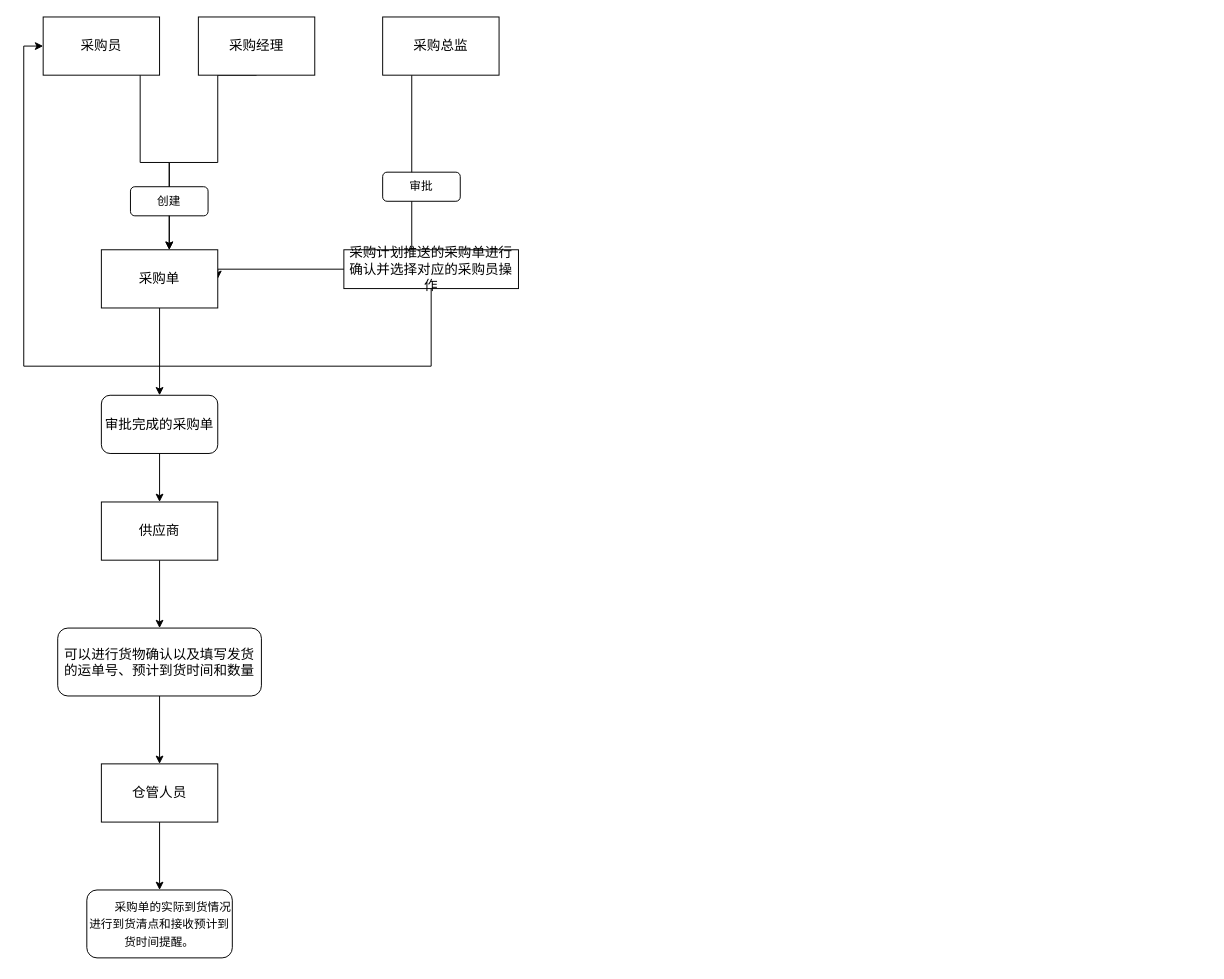
The draw.io diagram 采购中心.drawio in luck1020/diagrams, before the edit. Source tidied: cells renumbered, new cells numbered last; positions are measured from the earlier drawing's top-left corner, leaving out a move shared by most shapes. Both pictures are drawn from the tidied source at 97%, with x=0, y=0 at pixel (23, 16).
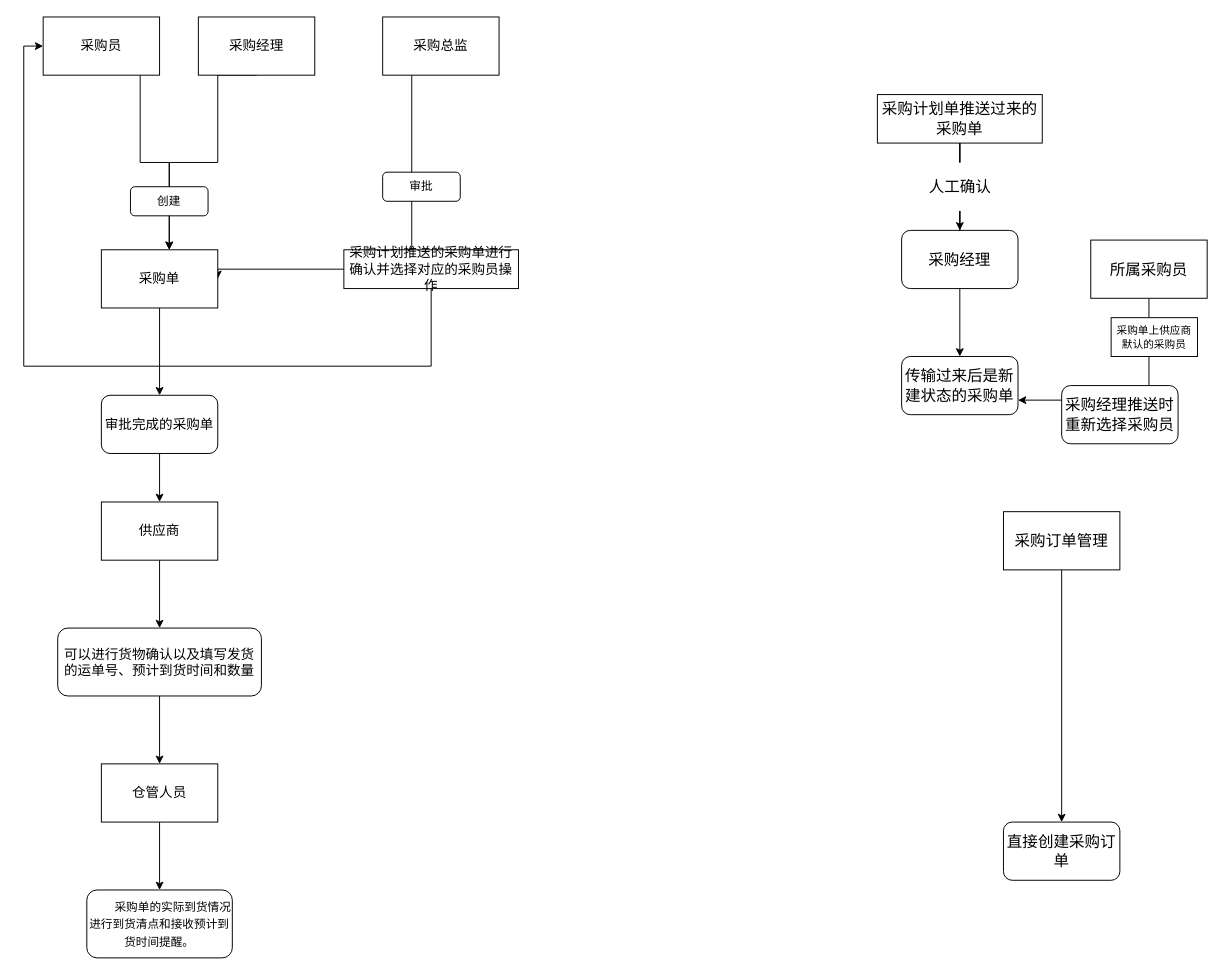
After the change.

Commit message:
更新采购中心.drawio

The edit, as a diff of the source:
```diff
@@
+    <mxCell id="23" style="edgeStyle=orthogonalEdgeStyle;rounded=0;jettySize=auto;html=1;startArrow=none;" parent="1" edge="1" source="27" target="26">
+      <mxGeometry relative="1" as="geometry" />
+    </mxCell>
+    <mxCell id="24" value="&lt;p class=&quot;MsoNormal&quot;&gt;&lt;span style=&quot;mso-spacerun:'yes';font-family:宋体;font-size:12.0000pt;&lt;br/&gt;mso-font-kerning:1.0000pt;&quot;&gt;采购计划单推送过来的采购单&lt;/span&gt;&lt;/p&gt;" style="rounded=0;whiteSpace=wrap;html=1;" parent="1" vertex="1">
+      <mxGeometry x="880" y="80" width="170" height="50" as="geometry" />
+    </mxCell>
+    <mxCell id="25" style="edgeStyle=orthogonalEdgeStyle;rounded=0;jettySize=auto;html=1;" parent="1" edge="1" source="26" target="29">
+      <mxGeometry relative="1" as="geometry" />
+    </mxCell>
+    <mxCell id="26" value="&lt;p class=&quot;MsoNormal&quot;&gt;&lt;span style=&quot;mso-spacerun:'yes';font-family:宋体;font-size:12.0000pt;&lt;br/&gt;mso-font-kerning:1.0000pt;&quot;&gt;采购经理&lt;/span&gt;&lt;/p&gt;" style="rounded=1;whiteSpace=wrap;html=1;" parent="1" vertex="1">
+      <mxGeometry x="905" y="220" width="120" height="60" as="geometry" />
+    </mxCell>
+    <mxCell id="27" value="&lt;p class=&quot;MsoNormal&quot;&gt;&lt;span style=&quot;mso-spacerun:'yes';font-family:宋体;font-size:12.0000pt;&lt;br/&gt;mso-font-kerning:1.0000pt;&quot;&gt;人工确认&lt;/span&gt;&lt;/p&gt;" style="text;html=1;align=center;verticalAlign=middle;points=[];strokeColor=none;fillColor=none;" parent="1" vertex="1">
+      <mxGeometry x="930" y="150" width="70" height="50" as="geometry" />
+    </mxCell>
+    <mxCell id="28" style="edgeStyle=orthogonalEdgeStyle;rounded=0;jettySize=auto;html=1;endArrow=none;" parent="1" edge="1" source="24" target="27">
+      <mxGeometry relative="1" as="geometry" />
+    </mxCell>
+    <mxCell id="29" value="&lt;p class=&quot;MsoNormal&quot;&gt;&lt;span style=&quot;mso-spacerun:'yes';font-family:宋体;font-size:12.0000pt;&lt;br/&gt;mso-font-kerning:1.0000pt;&quot;&gt;传输过来后是新建状态的采购单&lt;/span&gt;&lt;/p&gt;" style="rounded=1;whiteSpace=wrap;html=1;" parent="1" vertex="1">
+      <mxGeometry x="905" y="350" width="120" height="60" as="geometry" />
+    </mxCell>
+    <mxCell id="30" style="edgeStyle=orthogonalEdgeStyle;rounded=0;jettySize=auto;html=1;entryX=1;entryY=0.75;entryDx=0;entryDy=0;" parent="1" edge="1" source="31" target="29">
+      <mxGeometry relative="1" as="geometry">
+        <Array as="points">
+          <mxPoint x="1160" y="395" />
+        </Array>
+      </mxGeometry>
+    </mxCell>
+    <mxCell id="31" value="&lt;p class=&quot;MsoNormal&quot;&gt;&lt;span style=&quot;mso-spacerun:'yes';font-family:宋体;font-size:12.0000pt;&lt;br/&gt;mso-font-kerning:1.0000pt;&quot;&gt;所属采购员&lt;/span&gt;&lt;/p&gt;" style="rounded=0;whiteSpace=wrap;html=1;" parent="1" vertex="1">
+      <mxGeometry x="1100" y="230" width="120" height="60" as="geometry" />
+    </mxCell>
+    <mxCell id="32" value="&lt;p class=&quot;MsoNormal&quot;&gt;&lt;span&gt;&lt;font style=&quot;font-size: 11px;&quot; face=&quot;宋体&quot;&gt;采购单上供应商默认的采购员&lt;/font&gt;&lt;/span&gt;&lt;/p&gt;" style="rounded=0;whiteSpace=wrap;html=1;" parent="1" vertex="1">
+      <mxGeometry x="1121" y="310" width="89" height="40" as="geometry" />
+    </mxCell>
+    <mxCell id="33" value="&lt;p class=&quot;MsoNormal&quot;&gt;&lt;span style=&quot;mso-spacerun:'yes';font-family:宋体;font-size:12.0000pt;&lt;br/&gt;mso-font-kerning:1.0000pt;&quot;&gt;采购经理推送时重新选择采购员&lt;/span&gt;&lt;/p&gt;" style="rounded=1;whiteSpace=wrap;html=1;fontSize=11;" parent="1" vertex="1">
+      <mxGeometry x="1070" y="380" width="120" height="60" as="geometry" />
+    </mxCell>
+    <mxCell id="34" style="edgeStyle=orthogonalEdgeStyle;rounded=0;jettySize=auto;html=1;fontSize=11;" parent="1" edge="1" source="35" target="36">
+      <mxGeometry relative="1" as="geometry" />
+    </mxCell>
+    <mxCell id="35" value="&lt;p class=&quot;MsoNormal&quot;&gt;&lt;span style=&quot;mso-spacerun:'yes';font-family:宋体;font-size:12.0000pt;&lt;br/&gt;mso-font-kerning:1.0000pt;&quot;&gt;采购订单管理&lt;/span&gt;&lt;/p&gt;" style="rounded=0;whiteSpace=wrap;html=1;fontSize=11;" parent="1" vertex="1">
+      <mxGeometry x="1010" y="510" width="120" height="60" as="geometry" />
+    </mxCell>
+    <mxCell id="36" value="&lt;p class=&quot;MsoNormal&quot;&gt;&lt;span style=&quot;mso-spacerun:'yes';font-family:宋体;font-size:12.0000pt;&lt;br/&gt;mso-font-kerning:1.0000pt;&quot;&gt;直接创建采购订单&lt;/span&gt;&lt;/p&gt;" style="rounded=1;whiteSpace=wrap;html=1;fontSize=11;" parent="1" vertex="1">
+      <mxGeometry x="1010" y="830" width="120" height="60" as="geometry" />
+    </mxCell>
```
